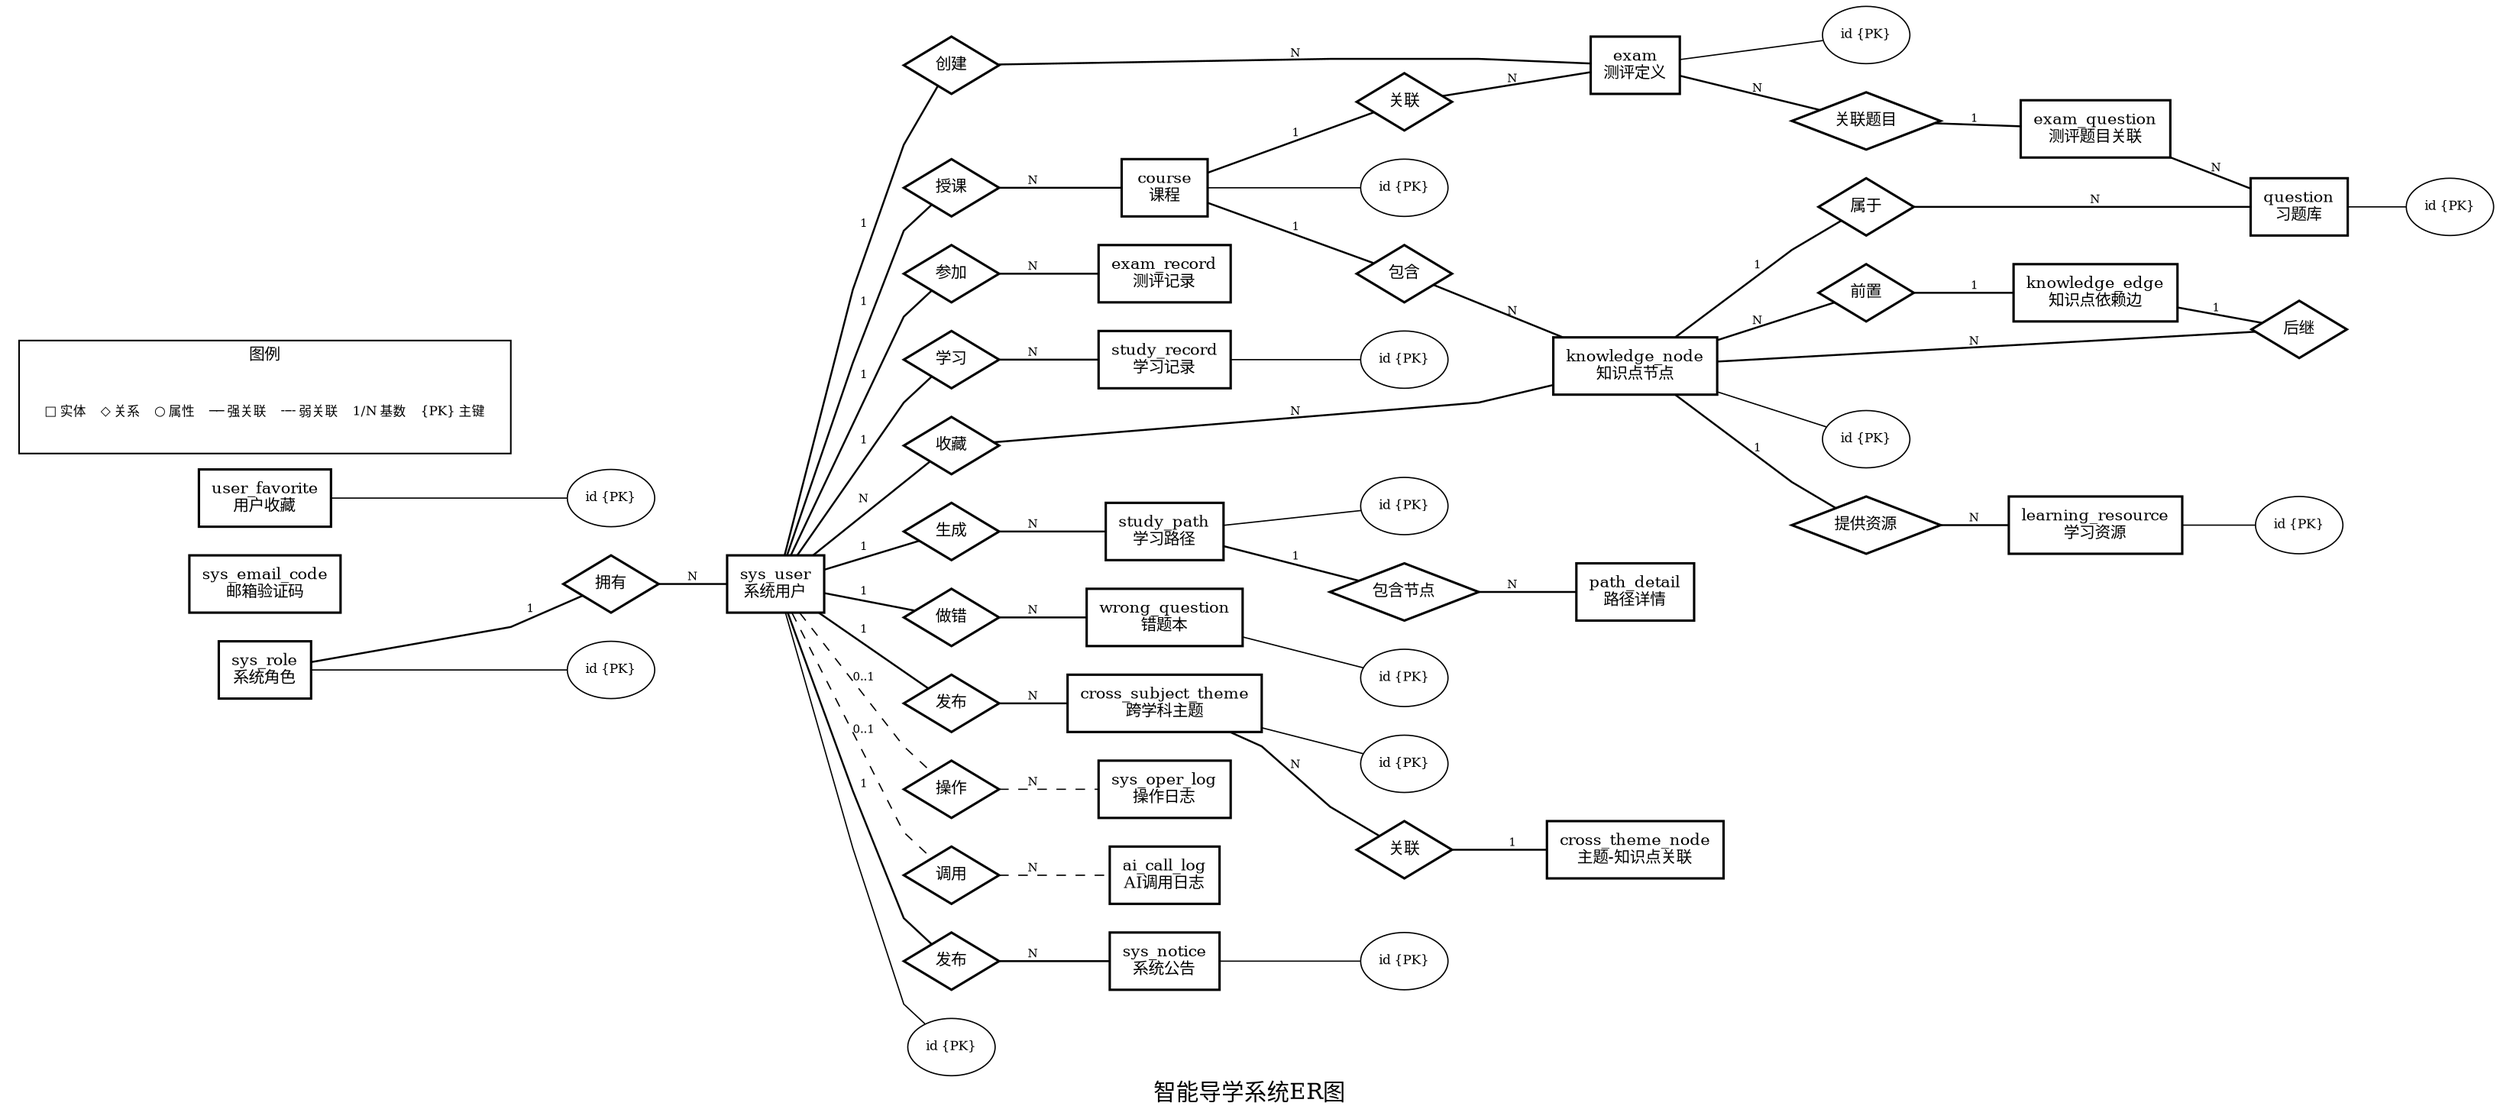
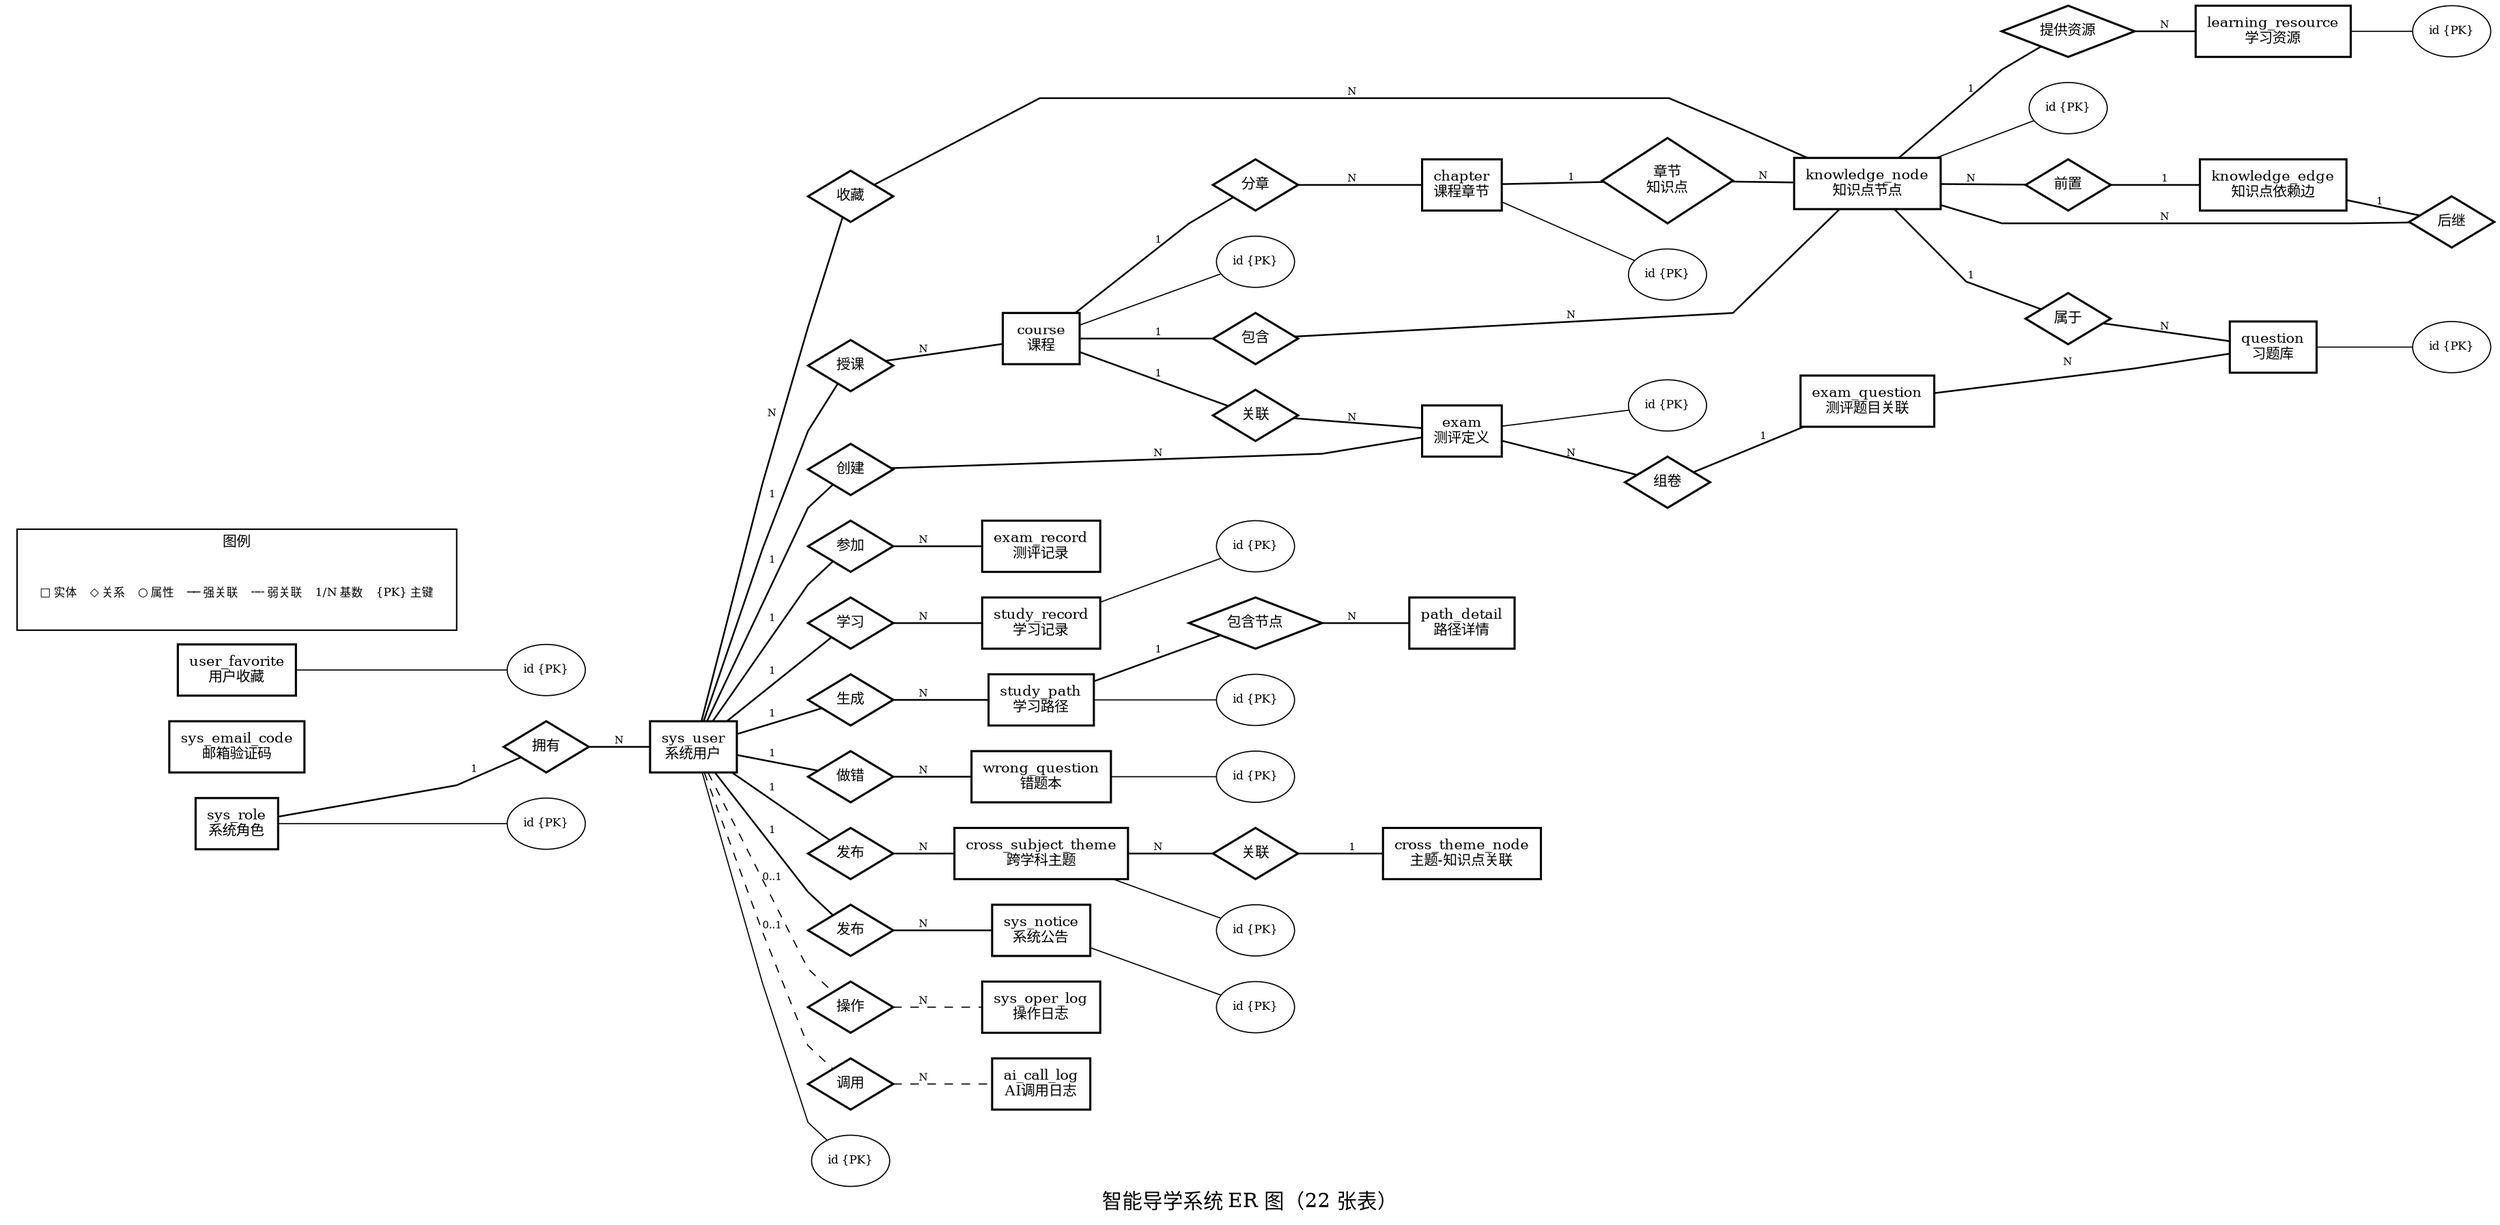
/*
-  * KG 智能导学系统 — ER 图 (Chen 记法 · 21 张表)
+  * KG 智能导学系统 — ER 图 (Chen 记法 · 22 张表)
 */
digraph ER_Chen {
    rankdir=LR;
    splines=polyline;
    fontname="Times-Roman";
    fontsize=14;
-     label="智能导学系统ER图";
+     label="智能导学系统 ER 图（22 张表）";
    bgcolor="white";

    node [fontname="Times-Roman", fontsize=10, color=black, fontcolor=black];
    edge [fontname="Times-Roman", fontsize=8, color=black, fontcolor=black];

    /* ====== 实体 ====== */
    node [shape=box, style=solid, color=black, penwidth=1.5, fillcolor=none];

    sys_role     [label="sys_role\n系统角色"];
    sys_user     [label="sys_user\n系统用户"];
    sys_email    [label="sys_email_code\n邮箱验证码"];
    course       [label="course\n课程"];
+     chapter      [label="chapter\n课程章节"];
    knode        [label="knowledge_node\n知识点节点"];
    kedge        [label="knowledge_edge\n知识点依赖边"];
    question     [label="question\n习题库"];
    exam         [label="exam\n测评定义"];
    exam_q       [label="exam_question\n测评题目关联"];
    exam_record  [label="exam_record\n测评记录"];
    study_record [label="study_record\n学习记录"];
    study_path   [label="study_path\n学习路径"];
    path_detail  [label="path_detail\n路径详情"];
    wrong_q      [label="wrong_question\n错题本"];
    theme        [label="cross_subject_theme\n跨学科主题"];
    theme_node   [label="cross_theme_node\n主题-知识点关联"];
    sys_notice   [label="sys_notice\n系统公告"];
    sys_log      [label="sys_oper_log\n操作日志"];
    ai_log       [label="ai_call_log\nAI调用日志"];
    learn_res    [label="learning_resource\n学习资源"];
    user_fav     [label="user_favorite\n用户收藏"];

    /* ====== 关系 ====== */
    node [shape=diamond, style=solid, color=black, penwidth=1.5, fillcolor=none];

-     R_has_user   [label="拥有"];
-     R_teaches    [label="授课"];
-     R_contains   [label="包含"];
-     R_prereq     [label="前置"];
-     R_leads_to   [label="后继"];
-     R_belongs    [label="属于"];
-     R_creates    [label="创建"];
-     R_exam_course[label="关联"];
-     R_links      [label="关联题目"];
-     R_takes      [label="参加"];
-     R_studies    [label="学习"];
-     R_generates  [label="生成"];
-     R_details    [label="包含节点"];
-     R_wrong      [label="做错"];
-     R_publishes  [label="发布"];
-     R_theme_node [label="关联"];
-     R_notifies   [label="发布"];
-     R_operates   [label="操作"];
-     R_calls      [label="调用"];
-     R_resources  [label="提供资源"];
-     R_favorites  [label="收藏"];
+     R_has_user     [label="拥有"];
+     R_teaches      [label="授课"];
+     R_has_chapter  [label="分章"];
+     R_contains     [label="包含"];
+     R_chapter_knode[label="章节\n知识点"];
+     R_prereq       [label="前置"];
+     R_leads_to     [label="后继"];
+     R_belongs      [label="属于"];
+     R_creates      [label="创建"];
+     R_exam_course  [label="关联"];
+     R_links        [label="组卷"];
+     R_takes        [label="参加"];
+     R_studies      [label="学习"];
+     R_generates    [label="生成"];
+     R_details      [label="包含节点"];
+     R_wrong        [label="做错"];
+     R_publishes    [label="发布"];
+     R_theme_node   [label="关联"];
+     R_notifies     [label="发布"];
+     R_operates     [label="操作"];
+     R_calls        [label="调用"];
+     R_resources    [label="提供资源"];
+     R_favorites    [label="收藏"];

    /* ====== 属性 ====== */
    node [shape=ellipse, style=solid, color=black, penwidth=0.8, fillcolor=none, fontsize=8];

-     A_role_id    [label="id {PK}"];     A_user_id  [label="id {PK}"];
-     A_course_id  [label="id {PK}"];     A_node_id  [label="id {PK}"];
-     A_q_id       [label="id {PK}"];     A_exam_id  [label="id {PK}"];
-     A_sr_id      [label="id {PK}"];     A_sp_id    [label="id {PK}"];
-     A_wq_id      [label="id {PK}"];     A_theme_id [label="id {PK}"];
-     A_notice_id  [label="id {PK}"];     A_lr_id    [label="id {PK}"];
-     A_fav_id     [label="id {PK}"];
+     A_role_id    [label="id {PK}"];     A_user_id    [label="id {PK}"];
+     A_course_id  [label="id {PK}"];     A_chapter_id [label="id {PK}"];
+     A_node_id    [label="id {PK}"];     A_q_id       [label="id {PK}"];
+     A_exam_id    [label="id {PK}"];     A_sr_id      [label="id {PK}"];
+     A_sp_id      [label="id {PK}"];     A_wq_id      [label="id {PK}"];
+     A_theme_id   [label="id {PK}"];     A_notice_id  [label="id {PK}"];
+     A_lr_id      [label="id {PK}"];     A_fav_id     [label="id {PK}"];

    /* ====== 属性连线 ====== */
    edge [color=black, penwidth=0.8, arrowhead=none];
-     sys_role -> A_role_id; sys_user -> A_user_id;
-     course -> A_course_id; knode -> A_node_id;
-     question -> A_q_id; exam -> A_exam_id;
-     study_record -> A_sr_id; study_path -> A_sp_id;
-     wrong_q -> A_wq_id; theme -> A_theme_id;
-     sys_notice -> A_notice_id;
-     learn_res -> A_lr_id; user_fav -> A_fav_id;
+     sys_role -> A_role_id;   sys_user -> A_user_id;
+     course -> A_course_id;   chapter -> A_chapter_id;
+     knode -> A_node_id;      question -> A_q_id;
+     exam -> A_exam_id;       study_record -> A_sr_id;
+     study_path -> A_sp_id;   wrong_q -> A_wq_id;
+     theme -> A_theme_id;     sys_notice -> A_notice_id;
+     learn_res -> A_lr_id;    user_fav -> A_fav_id;

    /* ====== 关系连线 ====== */
    edge [color=black, penwidth=1.2, arrowhead=none, fontsize=7, style=solid];

-     sys_role -> R_has_user [label="1"];  R_has_user -> sys_user [label="N"];
-     sys_user -> R_teaches [label="1"];   R_teaches -> course [label="N"];
+     /* 用户与角色 */
+     sys_role -> R_has_user [label="1"];   R_has_user -> sys_user [label="N"];
+ 
+     /* 课程体系：教师 → 课程 → 章节 → 知识点 */
+     sys_user -> R_teaches [label="1"];    R_teaches -> course [label="N"];
+     course -> R_has_chapter [label="1"];  R_has_chapter -> chapter [label="N"];
    course -> R_contains [label="1"];     R_contains -> knode [label="N"];
+     chapter -> R_chapter_knode [label="1"]; R_chapter_knode -> knode [label="N"];
+ 
+     /* 知识点依赖 */
    knode -> R_prereq [label="N"];        R_prereq -> kedge [label="1"];
    kedge -> R_leads_to [label="1"];      R_leads_to -> knode [label="N"];
+ 
+     /* 题库与学习资源 */
    knode -> R_belongs [label="1"];       R_belongs -> question [label="N"];
+     knode -> R_resources [label="1"];     R_resources -> learn_res [label="N"];
+ 
+     /* 测评体系 */
    sys_user -> R_creates [label="1"];    R_creates -> exam [label="N"];
    course -> R_exam_course [label="1"];  R_exam_course -> exam [label="N"];
    exam -> R_links [label="N"];          R_links -> exam_q [label="1"];
    exam_q -> question [label="N"];
+ 
+     /* 学习过程 */
    sys_user -> R_takes [label="1"];      R_takes -> exam_record [label="N"];
    sys_user -> R_studies [label="1"];    R_studies -> study_record [label="N"];
    sys_user -> R_generates [label="1"];  R_generates -> study_path [label="N"];
    study_path -> R_details [label="1"];  R_details -> path_detail [label="N"];
    sys_user -> R_wrong [label="1"];      R_wrong -> wrong_q [label="N"];
+ 
+     /* 跨学科主题 */
    sys_user -> R_publishes [label="1"];  R_publishes -> theme [label="N"];
    theme -> R_theme_node [label="N"];    R_theme_node -> theme_node [label="1"];
+ 
+     /* 公告与收藏 */
    sys_user -> R_notifies [label="1"];   R_notifies -> sys_notice [label="N"];
-     knode -> R_resources [label="1"];     R_resources -> learn_res [label="N"];
    sys_user -> R_favorites [label="N"];  R_favorites -> knode [label="N"];

    /* 弱关联 */
    edge [color=black, penwidth=0.8, style=dashed];
    sys_user -> R_operates [label="0..1"];
    R_operates -> sys_log [label="N"];
    R_operates [style="dashed,solid"];
    sys_user -> R_calls [label="0..1"];
    R_calls -> ai_log [label="N"];
    R_calls [style="dashed,solid"];

    /* 图例 */
    subgraph cluster_legend {
        label="图例"; fontsize=10;
        style=solid; color=black; bgcolor="white";
        node [shape=plaintext, fontsize=8];
        l1 [label="□ 实体    ◇ 关系    ○ 属性    ── 强关联    ╌╌ 弱关联    1/N 基数    {PK} 主键"];
    }
}
